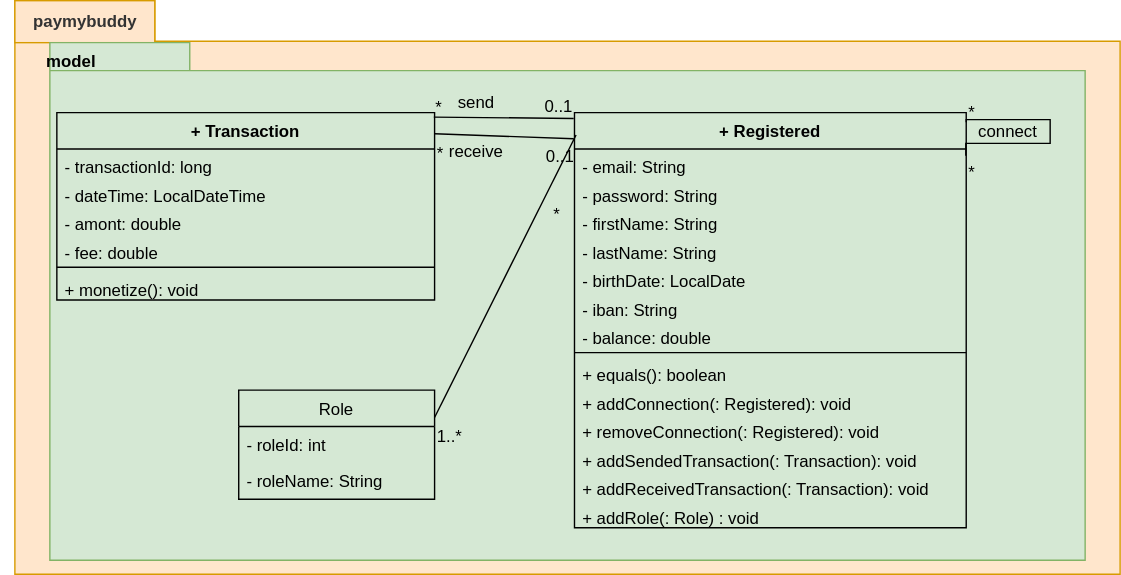
emmo78/com.paymybuddy.paymybuddy keeps this draw.io diagram as UML/payMyBuddyUML-ModelClasses.svg. Above is the earlier version. Source tidied: cells renumbered, new cells last; positions are measured from the earlier drawing's top-left corner, leaving out a move shared by most shapes.
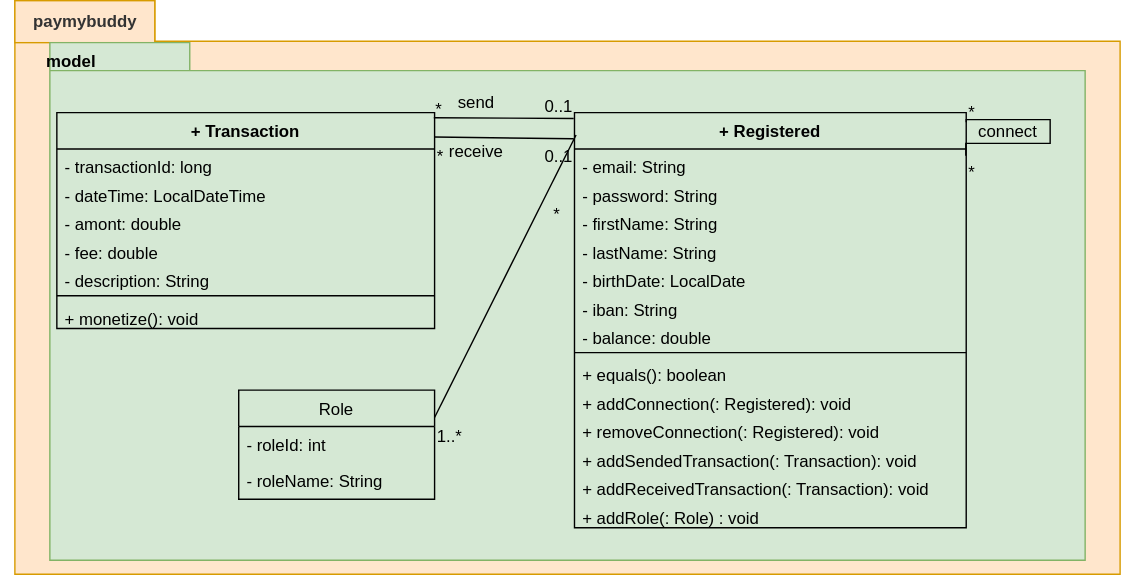
The same file after the commit.

What changed in the source:
```diff
@@ -60,7 +60,7 @@
       <mxGeometry y="276.4" width="280" height="20.3" as="geometry" />
     </mxCell>
     <mxCell id="21" value="+ Transaction" style="swimlane;fontStyle=1;align=center;verticalAlign=top;horizontal=1;startSize=26;fillColor=#d5e8d4;strokeColor=#000000;" parent="1" vertex="1">
-      <mxGeometry x="40" y="80" width="270" height="134" as="geometry" />
+      <mxGeometry x="40" y="80" width="270" height="154.3" as="geometry" />
     </mxCell>
     <mxCell id="22" value="- transactionId: long" style="text;strokeColor=none;fillColor=none;align=left;verticalAlign=top;spacingLeft=4;spacingRight=4;overflow=hidden;" parent="21" vertex="1">
       <mxGeometry y="26" width="270" height="20.3" as="geometry" />
@@ -74,11 +74,14 @@
     <mxCell id="25" value="- fee: double" style="text;strokeColor=none;fillColor=none;align=left;verticalAlign=top;spacingLeft=4;spacingRight=4;overflow=hidden;" parent="21" vertex="1">
       <mxGeometry y="87" width="270" height="20.3" as="geometry" />
     </mxCell>
+    <mxCell id="46" value="- description: String" style="text;strokeColor=none;fillColor=none;align=left;verticalAlign=top;spacingLeft=4;spacingRight=4;overflow=hidden;" parent="21" vertex="1">
+      <mxGeometry y="107.4" width="270" height="20.3" as="geometry" />
+    </mxCell>
     <mxCell id="26" style="line;strokeWidth=1;fillColor=none;align=left;verticalAlign=middle;spacingTop=-1;spacingLeft=3;spacingRight=3;labelPosition=right;" parent="21" vertex="1">
-      <mxGeometry y="107.4" width="270" height="6.3" as="geometry" />
+      <mxGeometry y="127.7" width="270" height="6.3" as="geometry" />
     </mxCell>
     <mxCell id="27" value="+ monetize(): void" style="text;strokeColor=none;fillColor=none;align=left;verticalAlign=top;spacingLeft=4;spacingRight=4;overflow=hidden;" parent="21" vertex="1">
-      <mxGeometry y="113.6" width="270" height="20.3" as="geometry" />
+      <mxGeometry y="134" width="270" height="20.3" as="geometry" />
     </mxCell>
     <mxCell id="28" value="send" style="text;html=1;strokeColor=none;fillColor=none;align=center;verticalAlign=middle;whiteSpace=wrap;rounded=0;" parent="1" vertex="1">
       <mxGeometry x="310" y="65" width="60" height="15" as="geometry" />
```
